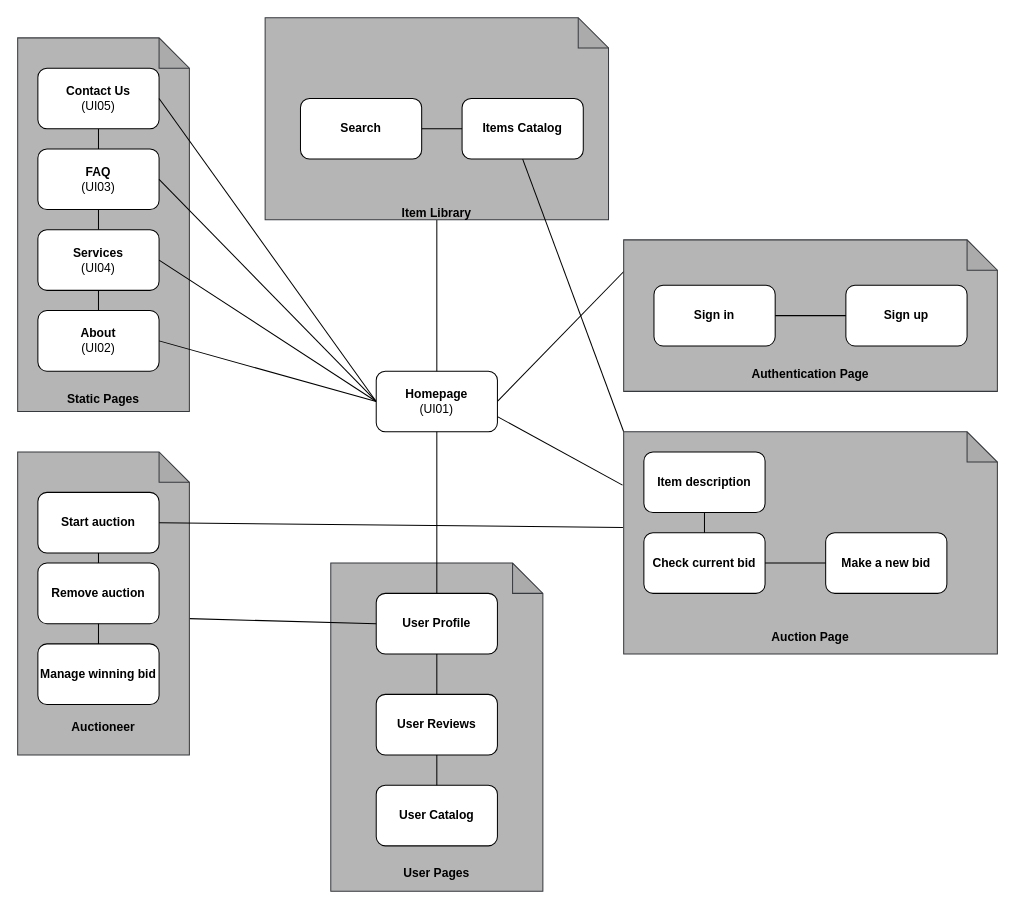
Above: assets/a3-sitemap.drawio in Miggs7/FEUP--LBAW (draw.io), before the change. Source tidied: cells renumbered, new cells numbered last; positions are measured from the earlier drawing's top-left corner, leaving out a move shared by most shapes. Both pictures are drawn from the tidied source at 101%, with x=0, y=0 at pixel (17, 17).
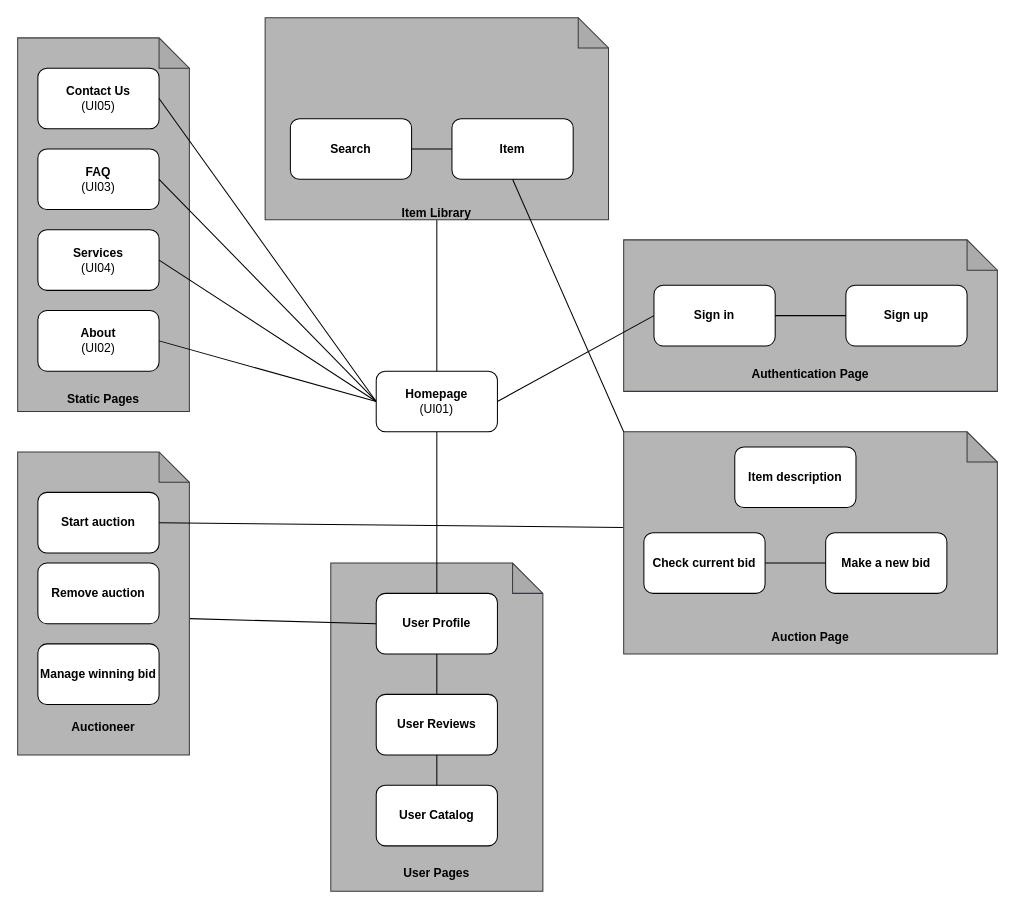
The same diagram, later.

Unchanged cells that the change refers to:
```xml
<mxCell id="5" value="&lt;b&gt;Contact Us&lt;/b&gt;&lt;br&gt;(UI05)" style="rounded=1;whiteSpace=wrap;html=1;fillColor=#FFFFFF;" parent="1" vertex="1">
  <mxGeometry x="20" y="50" width="120" height="60" as="geometry" />
</mxCell>
<mxCell id="7" value="&lt;b&gt;FAQ&lt;/b&gt;&lt;br&gt;(UI03)&lt;b&gt;&lt;br&gt;&lt;/b&gt;" style="rounded=1;whiteSpace=wrap;html=1;fillColor=#FFFFFF;" parent="1" vertex="1">
  <mxGeometry x="20" y="130" width="120" height="60" as="geometry" />
</mxCell>
<mxCell id="9" value="&lt;b&gt;Services&lt;/b&gt;&lt;br&gt;(UI04)" style="rounded=1;whiteSpace=wrap;html=1;fillColor=#FFFFFF;" parent="1" vertex="1">
  <mxGeometry x="20" y="210" width="120" height="60" as="geometry" />
</mxCell>
<mxCell id="16" value="&lt;b&gt;Homepage&lt;/b&gt;&lt;br&gt;(UI01)" style="rounded=1;whiteSpace=wrap;html=1;fillColor=#FFFFFF;" parent="1" vertex="1">
  <mxGeometry x="355" y="350" width="120" height="60" as="geometry" />
</mxCell>
<mxCell id="32" value="&lt;b&gt;Start auction&lt;/b&gt;" style="rounded=1;whiteSpace=wrap;html=1;fillColor=#FFFFFF;" parent="1" vertex="1">
  <mxGeometry x="20" y="470" width="120" height="60" as="geometry" />
</mxCell>
<mxCell id="33" value="&lt;b&gt;Remove auction&lt;/b&gt;" style="rounded=1;whiteSpace=wrap;html=1;fillColor=#FFFFFF;" parent="1" vertex="1">
  <mxGeometry x="20" y="540" width="120" height="60" as="geometry" />
</mxCell>
<mxCell id="34" value="&lt;b&gt;Manage winning bid&lt;/b&gt;" style="rounded=1;whiteSpace=wrap;html=1;fillColor=#FFFFFF;" parent="1" vertex="1">
  <mxGeometry x="20" y="620" width="120" height="60" as="geometry" />
</mxCell>
<mxCell id="37" value="&lt;b&gt;&lt;br&gt;&lt;br&gt;&lt;br&gt;&lt;br&gt;&lt;br&gt;&lt;br&gt;&lt;br&gt;&lt;br&gt;&lt;br&gt;&lt;br&gt;&lt;br&gt;&lt;br&gt;&lt;br&gt;Auction Page&lt;br&gt;&lt;/b&gt;" style="shape=note;whiteSpace=wrap;html=1;backgroundOutline=1;darkOpacity=0.05;fillColor=#B5B5B5;strokeColor=#36393d;" parent="1" vertex="1">
  <mxGeometry x="600" y="410" width="370" height="220" as="geometry" />
</mxCell>
<mxCell id="38" value="&lt;b&gt;Check current bid&lt;/b&gt;" style="rounded=1;whiteSpace=wrap;html=1;fillColor=#FFFFFF;" parent="1" vertex="1">
  <mxGeometry x="620" y="510" width="120" height="60" as="geometry" />
</mxCell>
<mxCell id="43" value="&lt;b&gt;&lt;br&gt;&lt;br&gt;&lt;br&gt;&lt;br&gt;&lt;br&gt;&lt;br&gt;&lt;br&gt;&lt;br&gt;Authentication Page&lt;br&gt;&lt;/b&gt;" style="shape=note;whiteSpace=wrap;html=1;backgroundOutline=1;darkOpacity=0.05;fillColor=#B5B5B5;strokeColor=#36393d;" parent="1" vertex="1">
  <mxGeometry x="600" y="220" width="370" height="150" as="geometry" />
</mxCell>
<mxCell id="44" value="&lt;b&gt;Sign in&lt;/b&gt;" style="rounded=1;whiteSpace=wrap;html=1;fillColor=#FFFFFF;" parent="1" vertex="1">
  <mxGeometry x="630" y="265" width="120" height="60" as="geometry" />
</mxCell>
<mxCell id="47" value="&lt;b&gt;About&lt;/b&gt;&lt;br&gt;(UI02)" style="rounded=1;whiteSpace=wrap;html=1;fillColor=#FFFFFF;" parent="1" vertex="1">
  <mxGeometry x="20" y="290" width="120" height="60" as="geometry" />
</mxCell>
```

Change to the diagram source:
```diff
@@
-    <mxCell id="4" style="edgeStyle=orthogonalEdgeStyle;rounded=0;jettySize=auto;html=1;exitX=0.5;exitY=1;exitDx=0;exitDy=0;startArrow=none;startFill=0;endArrow=none;endFill=0;" parent="1" edge="1" source="5">
-      <mxGeometry relative="1" as="geometry">
-        <mxPoint x="80" y="130" as="targetPoint" />
-      </mxGeometry>
-    </mxCell>
@@
-    <mxCell id="6" style="edgeStyle=orthogonalEdgeStyle;rounded=0;jettySize=auto;html=1;exitX=0.5;exitY=1;exitDx=0;exitDy=0;entryX=0.5;entryY=0;entryDx=0;entryDy=0;startArrow=none;startFill=0;endArrow=none;endFill=0;" parent="1" edge="1" source="7" target="9">
-      <mxGeometry relative="1" as="geometry" />
-    </mxCell>
@@
-    <mxCell id="8" style="edgeStyle=orthogonalEdgeStyle;rounded=0;jettySize=auto;html=1;exitX=0.5;exitY=1;exitDx=0;exitDy=0;entryX=0.5;entryY=0;entryDx=0;entryDy=0;startArrow=none;startFill=0;endArrow=none;endFill=0;" parent="1" edge="1" source="9" target="47">
-      <mxGeometry relative="1" as="geometry" />
-    </mxCell>
@@
-    <mxCell id="10" style="edgeStyle=none;shape=connector;rounded=1;jettySize=auto;html=1;exitX=1;exitY=0.5;exitDx=0;exitDy=0;entryX=0.003;entryY=0.202;entryDx=0;entryDy=0;entryPerimeter=0;labelBackgroundColor=default;strokeColor=default;fontFamily=Helvetica;fontSize=11;fontColor=default;endArrow=none;" parent="1" edge="1" source="16" target="43">
-      <mxGeometry relative="1" as="geometry" />
-    </mxCell>
-    <mxCell id="11" style="edgeStyle=none;shape=connector;rounded=1;jettySize=auto;html=1;exitX=1;exitY=0.75;exitDx=0;exitDy=0;entryX=-0.003;entryY=0.24;entryDx=0;entryDy=0;entryPerimeter=0;labelBackgroundColor=default;strokeColor=default;fontFamily=Helvetica;fontSize=11;fontColor=default;endArrow=none;" parent="1" edge="1" source="16" target="37">
-      <mxGeometry relative="1" as="geometry" />
-    </mxCell>
@@
-    <mxCell id="20" style="edgeStyle=none;shape=connector;rounded=1;jettySize=auto;html=1;exitX=0.5;exitY=1;exitDx=0;exitDy=0;entryX=0;entryY=0;entryDx=0;entryDy=0;entryPerimeter=0;labelBackgroundColor=default;strokeColor=default;fontFamily=Helvetica;fontSize=11;fontColor=default;endArrow=none;" parent="1" edge="1" source="21" target="37">
-      <mxGeometry relative="1" as="geometry" />
-    </mxCell>
-    <mxCell id="21" value="&lt;b&gt;Items Catalog&lt;/b&gt;" style="rounded=1;whiteSpace=wrap;html=1;fillColor=#FFFFFF;" parent="1" vertex="1">
-      <mxGeometry x="440" y="80" width="120" height="60" as="geometry" />
-    </mxCell>
-    <mxCell id="22" style="edgeStyle=orthogonalEdgeStyle;rounded=0;jettySize=auto;html=1;exitX=1;exitY=0.5;exitDx=0;exitDy=0;entryX=0;entryY=0.5;entryDx=0;entryDy=0;startArrow=none;startFill=0;endArrow=none;endFill=0;" parent="1" edge="1" source="23" target="21">
-      <mxGeometry relative="1" as="geometry" />
-    </mxCell>
+    <mxCell id="49" style="edgeStyle=none;shape=connector;rounded=1;jettySize=auto;html=1;exitX=1;exitY=0.5;exitDx=0;exitDy=0;entryX=0;entryY=0.5;entryDx=0;entryDy=0;labelBackgroundColor=default;strokeColor=default;fontFamily=Helvetica;fontSize=11;fontColor=default;endArrow=none;" parent="1" edge="1" source="23" target="51">
+      <mxGeometry relative="1" as="geometry" />
+    </mxCell>
     <mxCell id="23" value="&lt;b&gt;Search&lt;/b&gt;" style="rounded=1;whiteSpace=wrap;html=1;fillColor=#FFFFFF;" parent="1" vertex="1">
-      <mxGeometry x="280" y="80" width="120" height="60" as="geometry" />
+      <mxGeometry x="270" y="100" width="120" height="60" as="geometry" />
     </mxCell>
@@
-    <mxCell id="35" style="endArrow=none;html=1;rounded=1;strokeColor=default;exitX=0.5;exitY=1;exitDx=0;exitDy=0;entryX=0.5;entryY=0;entryDx=0;entryDy=0;" parent="1" edge="1" source="32" target="33">
-      <mxGeometry relative="1" as="geometry" />
-    </mxCell>
-    <mxCell id="36" style="endArrow=none;html=1;rounded=1;strokeColor=default;exitX=0.5;exitY=1;exitDx=0;exitDy=0;entryX=0.5;entryY=0;entryDx=0;entryDy=0;" parent="1" edge="1" source="33" target="34">
-      <mxGeometry relative="1" as="geometry" />
-    </mxCell>
@@
     <mxCell id="41" value="&lt;b&gt;Item description&lt;/b&gt;" style="rounded=1;whiteSpace=wrap;html=1;fillColor=#FFFFFF;" parent="1" vertex="1">
-      <mxGeometry x="620" y="430" width="120" height="60" as="geometry" />
+      <mxGeometry x="710" y="425" width="120" height="60" as="geometry" />
     </mxCell>
-    <mxCell id="42" style="endArrow=none;html=1;rounded=1;strokeColor=default;exitX=0.5;exitY=0;exitDx=0;exitDy=0;entryX=0.5;entryY=1;entryDx=0;entryDy=0;" parent="1" edge="1" source="38" target="41">
-      <mxGeometry relative="1" as="geometry" />
-    </mxCell>
@@
+    <mxCell id="50" style="edgeStyle=none;shape=connector;rounded=1;jettySize=auto;html=1;exitX=0.5;exitY=1;exitDx=0;exitDy=0;entryX=0;entryY=0;entryDx=0;entryDy=0;entryPerimeter=0;labelBackgroundColor=default;strokeColor=default;fontFamily=Helvetica;fontSize=11;fontColor=default;endArrow=none;" parent="1" edge="1" source="51" target="37">
+      <mxGeometry relative="1" as="geometry" />
+    </mxCell>
+    <mxCell id="51" value="&lt;b&gt;Item&lt;/b&gt;" style="rounded=1;whiteSpace=wrap;html=1;fillColor=#FFFFFF;" parent="1" vertex="1">
+      <mxGeometry x="430" y="100" width="120" height="60" as="geometry" />
+    </mxCell>
+    <mxCell id="10" style="edgeStyle=none;shape=connector;rounded=1;jettySize=auto;html=1;exitX=1;exitY=0.5;exitDx=0;exitDy=0;entryX=0;entryY=0.5;entryDx=0;entryDy=0;labelBackgroundColor=default;strokeColor=default;fontFamily=Helvetica;fontSize=11;fontColor=default;endArrow=none;" parent="1" edge="1" source="16" target="44">
+      <mxGeometry relative="1" as="geometry" />
+    </mxCell>
```
